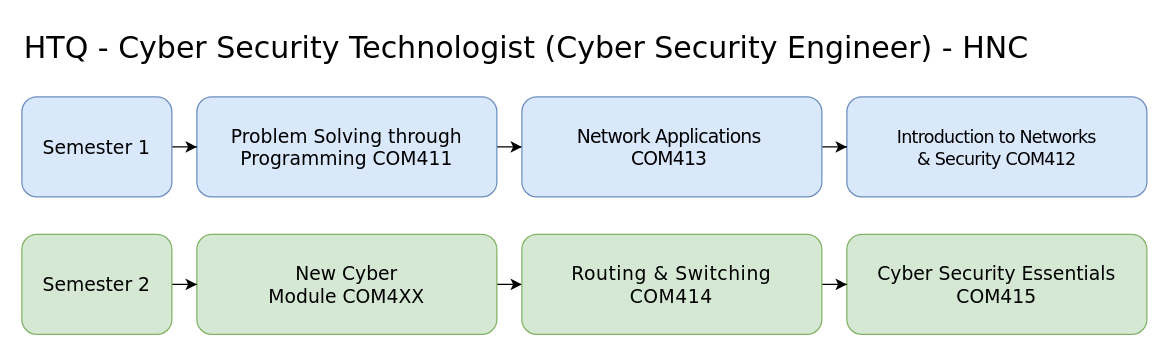
Above: page "HTQ-Cyber" (2 of 3) of HTQ.drawio in martinsolent/solent_diagrams (draw.io), before the change. Source tidied: cells renumbered, new cells numbered last; positions are measured from the earlier drawing's top-left corner, leaving out a move shared by most shapes. Both pictures are drawn from the tidied source at 125%, with x=0, y=0 at pixel (21, 21).
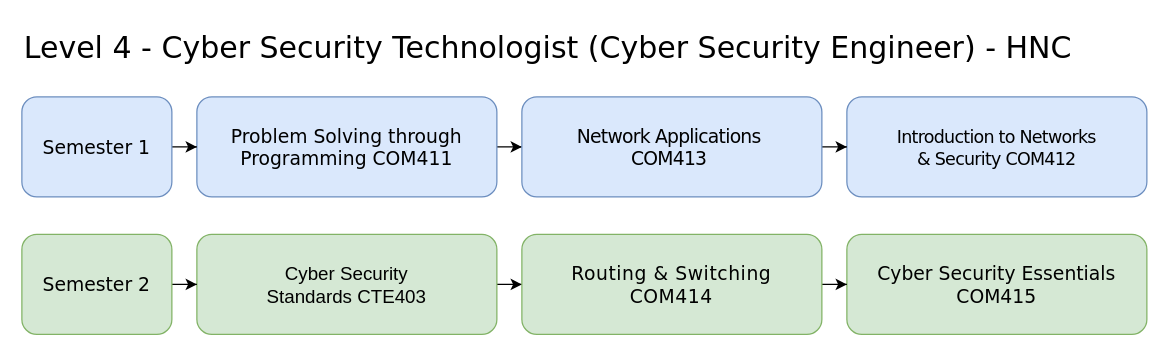
After the change.

What changed in the source:
```diff
@@
 <mxGraphModel>
   <root>
     <mxCell id="0" />
     <mxCell id="1" parent="0" />
     <mxCell id="2" style="edgeStyle=orthogonalEdgeStyle;rounded=0;jettySize=auto;html=1;fontFamily=Verdana;fontSize=24;fontColor=#000000;" parent="1" edge="1" source="3" target="11">
       <mxGeometry relative="1" as="geometry" />
     </mxCell>
     <mxCell id="3" value="&lt;font face=&quot;Verdana&quot;&gt;Problem Solving through Programming COM411&lt;/font&gt;" style="rounded=1;whiteSpace=wrap;html=1;fontSize=15;labelBackgroundColor=none;fillColor=#dae8fc;strokeColor=#6c8ebf;" parent="1" vertex="1">
       <mxGeometry x="140" y="60" width="240" height="80" as="geometry" />
     </mxCell>
     <mxCell id="4" style="edgeStyle=orthogonalEdgeStyle;rounded=0;jettySize=auto;html=1;fontFamily=Verdana;fontSize=24;fontColor=#000000;" parent="1" edge="1" source="5" target="8">
       <mxGeometry relative="1" as="geometry" />
     </mxCell>
-    <mxCell id="5" value="&lt;div style=&quot;&quot;&gt;&lt;font face=&quot;Verdana&quot;&gt;New Cyber&lt;br&gt;Module COM4XX&lt;/font&gt;&lt;br&gt;&lt;/div&gt;" style="rounded=1;whiteSpace=wrap;html=1;fontSize=15;align=center;fillColor=#d5e8d4;strokeColor=#82b366;" parent="1" vertex="1">
+    <mxCell id="5" value="&lt;div style=&quot;&quot;&gt;Cyber Security &lt;br&gt;Standards CTE403&lt;br&gt;&lt;/div&gt;" style="rounded=1;whiteSpace=wrap;html=1;fontSize=15;align=center;fillColor=#d5e8d4;strokeColor=#82b366;" parent="1" vertex="1">
       <mxGeometry x="140" y="170" width="240" height="80" as="geometry" />
     </mxCell>
     <mxCell id="6" value="&lt;font face=&quot;Verdana&quot;&gt;Cyber Security Essentials COM415&lt;/font&gt;" style="rounded=1;whiteSpace=wrap;html=1;fontSize=15;fillColor=#d5e8d4;strokeColor=#82b366;" parent="1" vertex="1">
       <mxGeometry x="660" y="170" width="240" height="80" as="geometry" />
     </mxCell>
     <mxCell id="7" style="edgeStyle=orthogonalEdgeStyle;rounded=0;jettySize=auto;html=1;fontFamily=Verdana;fontSize=24;fontColor=#000000;" parent="1" edge="1" source="8" target="6">
       <mxGeometry relative="1" as="geometry" />
     </mxCell>
     <mxCell id="8" value="&lt;div style=&quot;line-height: 1.2;&quot;&gt;&lt;div style=&quot;&quot;&gt;&lt;span style=&quot;letter-spacing: 0.45px; background-color: initial;&quot;&gt;&lt;font style=&quot;font-size: 15px;&quot; face=&quot;Verdana&quot;&gt;Routing &amp;amp; Switching&lt;/font&gt;&lt;/span&gt;&lt;/div&gt;&lt;font style=&quot;font-size: 15px;&quot; face=&quot;Verdana&quot;&gt;&lt;div style=&quot;&quot;&gt;&lt;span style=&quot;letter-spacing: 0.45px; background-color: initial;&quot;&gt;COM414&lt;/span&gt;&lt;/div&gt;&lt;/font&gt;&lt;/div&gt;" style="rounded=1;whiteSpace=wrap;html=1;fontSize=15;fillColor=#d5e8d4;strokeColor=#82b366;align=center;" parent="1" vertex="1">
       <mxGeometry x="400" y="170" width="240" height="80" as="geometry" />
     </mxCell>
     <mxCell id="9" value="&lt;font style=&quot;line-height: 1.2;&quot; face=&quot;Verdana&quot;&gt;&lt;span style=&quot;font-size: 14px; letter-spacing: -0.6px;&quot;&gt;Introduction to Networks &lt;br&gt;&amp;amp; Security&amp;nbsp;&lt;/span&gt;&lt;span style=&quot;font-size: 14px; letter-spacing: -0.6px;&quot;&gt;COM412&lt;br&gt;&lt;/span&gt;&lt;/font&gt;" style="rounded=1;whiteSpace=wrap;html=1;fontSize=15;align=center;fillColor=#dae8fc;strokeColor=#6c8ebf;" parent="1" vertex="1">
       <mxGeometry x="660" y="60" width="240" height="80" as="geometry" />
     </mxCell>
     <mxCell id="10" style="edgeStyle=orthogonalEdgeStyle;rounded=0;jettySize=auto;html=1;fontFamily=Verdana;fontSize=24;fontColor=#000000;" parent="1" edge="1" source="11" target="9">
       <mxGeometry relative="1" as="geometry" />
     </mxCell>
     <mxCell id="11" value="&lt;div style=&quot;&quot;&gt;&lt;font face=&quot;Verdana&quot;&gt;&lt;span style=&quot;letter-spacing: -0.6px;&quot;&gt;Network Applications&amp;nbsp;&lt;/span&gt;&lt;br&gt;&lt;/font&gt;&lt;/div&gt;&lt;span style=&quot;letter-spacing: -0.6px;&quot;&gt;&lt;font face=&quot;Verdana&quot;&gt;COM413&amp;nbsp;&lt;/font&gt;&lt;/span&gt;" style="rounded=1;whiteSpace=wrap;html=1;fontSize=15;align=center;fillColor=#dae8fc;strokeColor=#6c8ebf;" parent="1" vertex="1">
       <mxGeometry x="400" y="60" width="240" height="80" as="geometry" />
     </mxCell>
-    <mxCell id="12" value="HTQ - Cyber Security Technologist (Cyber Security Engineer) - HNC" style="text;whiteSpace=wrap;html=1;fontSize=24;fontFamily=Verdana;fontColor=#000000;" parent="1" vertex="1">
-      <mxGeometry width="830" height="30" as="geometry" />
+    <mxCell id="12" value="Level 4 - Cyber Security Technologist (Cyber Security Engineer) - HNC" style="text;whiteSpace=wrap;html=1;fontSize=24;fontFamily=Verdana;fontColor=#000000;" parent="1" vertex="1">
+      <mxGeometry width="890" height="30" as="geometry" />
     </mxCell>
     <mxCell id="13" style="edgeStyle=orthogonalEdgeStyle;rounded=0;jettySize=auto;html=1;fontFamily=Verdana;fontSize=24;fontColor=#000000;" parent="1" edge="1" source="14" target="3">
       <mxGeometry relative="1" as="geometry" />
     </mxCell>
     <mxCell id="14" value="&lt;font face=&quot;Verdana&quot;&gt;Semester 1&lt;/font&gt;" style="rounded=1;whiteSpace=wrap;html=1;fontSize=15;labelBackgroundColor=none;fillColor=#dae8fc;strokeColor=#6c8ebf;" parent="1" vertex="1">
       <mxGeometry y="60" width="120" height="80" as="geometry" />
     </mxCell>
     <mxCell id="15" style="edgeStyle=orthogonalEdgeStyle;rounded=0;jettySize=auto;html=1;fontFamily=Verdana;fontSize=24;fontColor=#000000;" parent="1" edge="1" source="16" target="5">
       <mxGeometry relative="1" as="geometry" />
     </mxCell>
     <mxCell id="16" value="&lt;font face=&quot;Verdana&quot;&gt;Semester 2&lt;/font&gt;" style="rounded=1;whiteSpace=wrap;html=1;fontSize=15;labelBackgroundColor=none;fillColor=#d5e8d4;strokeColor=#82b366;" parent="1" vertex="1">
       <mxGeometry y="170" width="120" height="80" as="geometry" />
     </mxCell>
   </root>
 </mxGraphModel>
```
